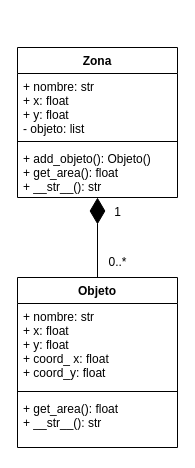
Earlier version of the draw.io diagram UML/UML.drawio (mgonzalz/ppd_roomba). Source tidied: cells renumbered, new cells numbered last; positions are measured from the earlier drawing's top-left corner, leaving out a move shared by most shapes. Both pictures are drawn from the tidied source at 100%, with x=0, y=0 at pixel (17, 47).
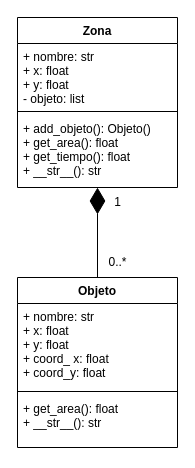
The same diagram, later.

What changed in the source:
```diff
@@
 <mxGraphModel>
   <root>
     <mxCell id="0" />
     <mxCell id="1" parent="0" />
     <mxCell id="2" value="Objeto" style="swimlane;fontStyle=1;align=center;verticalAlign=top;horizontal=1;startSize=26;" parent="1" vertex="1">
       <mxGeometry y="230" width="160" height="170" as="geometry" />
     </mxCell>
     <mxCell id="3" value="+ nombre: str&#10;+ x: float&#10;+ y: float&#10;+ coord_ x: float&#10;+ coord_y: float" style="text;strokeColor=none;fillColor=none;align=left;verticalAlign=top;spacingLeft=4;spacingRight=4;overflow=hidden;" parent="2" vertex="1">
       <mxGeometry y="26" width="160" height="84" as="geometry" />
     </mxCell>
     <mxCell id="4" style="line;strokeWidth=1;fillColor=none;align=left;verticalAlign=middle;spacingTop=-1;spacingLeft=3;spacingRight=3;labelPosition=right;strokeColor=inherit;" parent="2" vertex="1">
       <mxGeometry y="110" width="160" height="8" as="geometry" />
     </mxCell>
     <mxCell id="5" value="+ get_area(): float&#10;+ __str__(): str" style="text;strokeColor=none;fillColor=none;align=left;verticalAlign=top;spacingLeft=4;spacingRight=4;overflow=hidden;" parent="2" vertex="1">
       <mxGeometry y="118" width="160" height="52" as="geometry" />
     </mxCell>
     <mxCell id="6" value="Zona" style="swimlane;fontStyle=1;align=center;verticalAlign=top;horizontal=1;startSize=26;" parent="1" vertex="1">
-      <mxGeometry width="160" height="150" as="geometry" />
+      <mxGeometry y="-30" width="160" height="170" as="geometry" />
     </mxCell>
     <mxCell id="7" value="+ nombre: str&#10;+ x: float&#10;+ y: float&#10;- objeto: list" style="text;strokeColor=none;fillColor=none;align=left;verticalAlign=top;spacingLeft=4;spacingRight=4;overflow=hidden;" parent="6" vertex="1">
       <mxGeometry y="26" width="160" height="64" as="geometry" />
     </mxCell>
     <mxCell id="8" style="line;strokeWidth=1;fillColor=none;align=left;verticalAlign=middle;spacingTop=-1;spacingLeft=3;spacingRight=3;labelPosition=right;strokeColor=inherit;" parent="6" vertex="1">
       <mxGeometry y="90" width="160" height="8" as="geometry" />
     </mxCell>
-    <mxCell id="9" value="+ add_objeto(): Objeto()&#10;+ get_area(): float&#10;+ __str__(): str" style="text;strokeColor=none;fillColor=none;align=left;verticalAlign=top;spacingLeft=4;spacingRight=4;overflow=hidden;points=[[0,0.5],[1,0.5]];portConstraint=eastwest;" parent="6" vertex="1">
-      <mxGeometry y="98" width="160" height="52" as="geometry" />
+    <mxCell id="9" value="+ add_objeto(): Objeto()&#10;+ get_area(): float&#10;+ get_tiempo(): float&#10;+ __str__(): str" style="text;strokeColor=none;fillColor=none;align=left;verticalAlign=top;spacingLeft=4;spacingRight=4;overflow=hidden;points=[[0,0.5],[1,0.5]];portConstraint=eastwest;" parent="6" vertex="1">
+      <mxGeometry y="98" width="160" height="72" as="geometry" />
     </mxCell>
     <mxCell id="10" style="endArrow=diamondThin;endFill=1;endSize=24;html=1;exitX=0.5;exitY=0;exitDx=0;exitDy=0;" parent="1" edge="1" source="2" target="9">
       <mxGeometry relative="1" as="geometry" />
     </mxCell>
     <mxCell id="11" value="1" style="text;html=1;align=center;verticalAlign=middle;strokeColor=none;fillColor=none;" parent="1" vertex="1">
-      <mxGeometry x="85" y="150" width="30" height="30" as="geometry" />
+      <mxGeometry x="85" y="140" width="30" height="30" as="geometry" />
     </mxCell>
     <mxCell id="12" value="0..*" style="text;html=1;align=center;verticalAlign=middle;strokeColor=none;fillColor=none;" parent="1" vertex="1">
       <mxGeometry x="80" y="200" width="40" height="30" as="geometry" />
     </mxCell>
   </root>
 </mxGraphModel>
```
